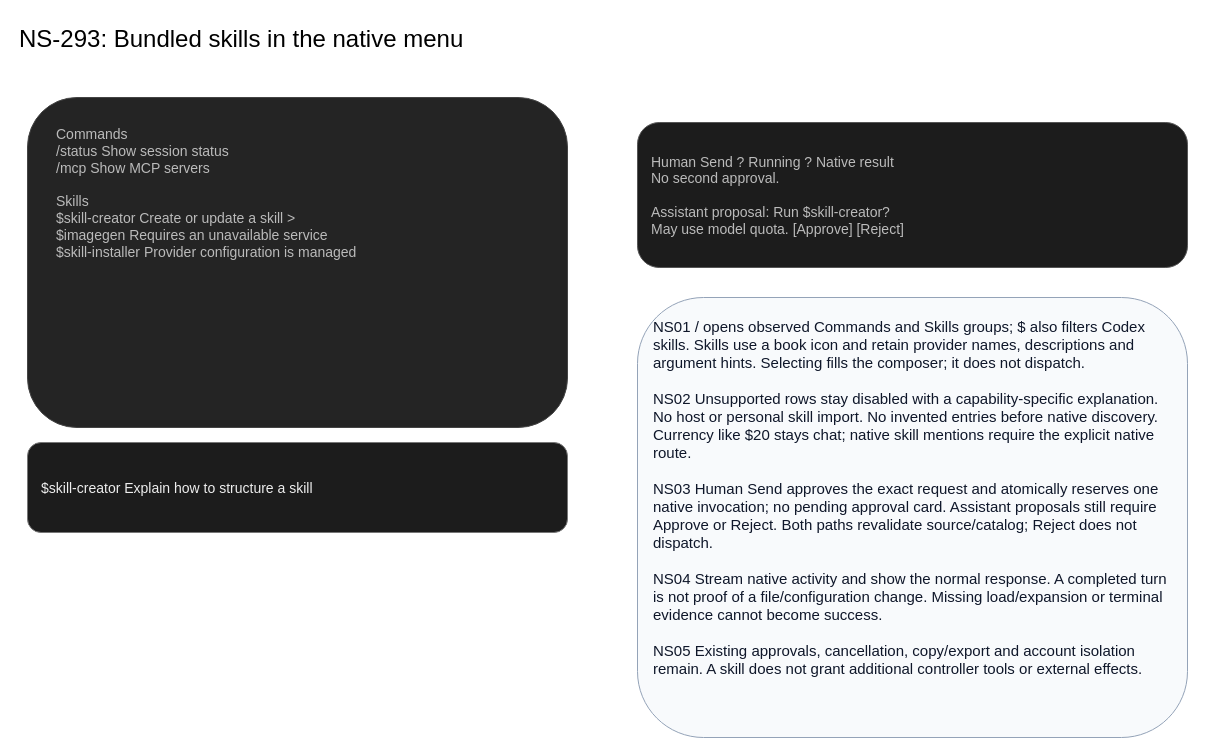
The draw.io diagram page "NS-293 - Bundled native skills" (8 of 8) of projects/laomedo/subsystems/agent-execution/design/application-assistant.drawio in amadou-6e/specs, before the edit. Source tidied: cells renumbered, new cells numbered last; positions are measured from the earlier drawing's top-left corner, leaving out a move shared by most shapes. Both pictures are drawn from the tidied source at 100%, with x=0, y=0 at pixel (17, 17).
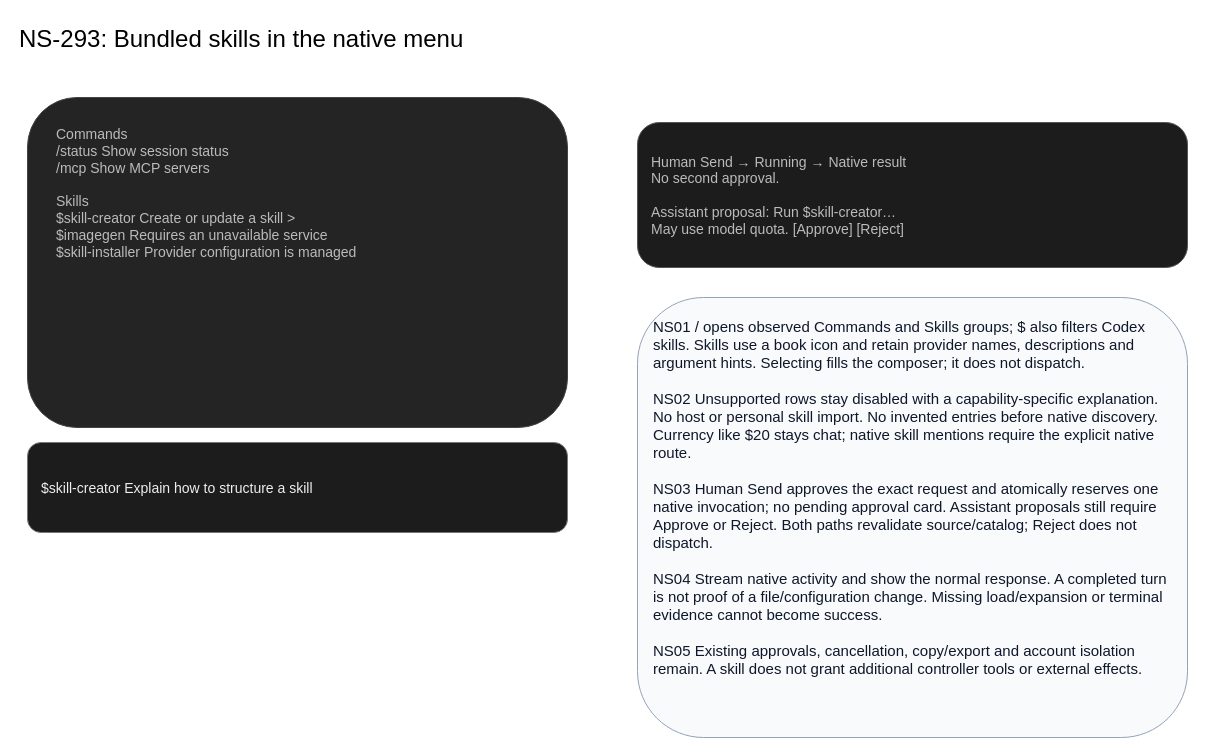
The same diagram, later.

Commit message:
docs: preserve diagram arrows in portable XML

Change to the diagram source:
```diff
@@
 <mxGraphModel>
   <root>
     <mxCell id="0" />
     <mxCell id="1" parent="0" />
     <mxCell id="2" value="NS-293: Bundled skills in the native menu" style="text;fontSize=24;fontFamily=Arial;" parent="1" vertex="1">
       <mxGeometry width="1180" height="50" as="geometry" />
     </mxCell>
     <mxCell id="3" style="rounded=1;fillColor=#242424;strokeColor=#444444;" parent="1" vertex="1">
       <mxGeometry x="10" y="80" width="540" height="330" as="geometry" />
     </mxCell>
     <mxCell id="4" value="Commands&#10; /status     Show session status&#10; /mcp        Show MCP servers&#10;&#10;Skills&#10; $skill-creator     Create or update a skill             &gt;&#10; $imagegen          Requires an unavailable service&#10; $skill-installer   Provider configuration is managed" style="text;fontSize=14;fontColor=#bbbbbb;align=left;verticalAlign=top;spacing=14;whiteSpace=wrap;" parent="1" vertex="1">
       <mxGeometry x="25" y="90" width="510" height="300" as="geometry" />
     </mxCell>
     <mxCell id="5" value="$skill-creator Explain how to structure a skill" style="rounded=1;fillColor=#1c1c1c;strokeColor=#777777;fontColor=#eeeeee;fontSize=14;align=left;spacing=14;" parent="1" vertex="1">
       <mxGeometry x="10" y="425" width="540" height="90" as="geometry" />
     </mxCell>
-    <mxCell id="6" value="Human Send ? Running ? Native result&#10;No second approval.&#10;&#10;Assistant proposal: Run $skill-creator?&#10;May use model quota.  [Approve] [Reject]" style="rounded=1;fillColor=#1c1c1c;strokeColor=#555555;fontColor=#bbbbbb;fontSize=14;align=left;spacing=14;whiteSpace=wrap;" parent="1" vertex="1">
+    <mxCell id="6" value="Human Send → Running → Native result&#10;No second approval.&#10;&#10;Assistant proposal: Run $skill-creator…&#10;May use model quota.  [Approve] [Reject]" style="rounded=1;fillColor=#1c1c1c;strokeColor=#555555;fontColor=#bbbbbb;fontSize=14;align=left;spacing=14;whiteSpace=wrap;" parent="1" vertex="1">
       <mxGeometry x="620" y="105" width="550" height="145" as="geometry" />
     </mxCell>
     <mxCell id="7" value="NS01 / opens observed Commands and Skills groups; $ also filters Codex skills. Skills use a book icon and retain provider names, descriptions and argument hints. Selecting fills the composer; it does not dispatch.&#10;&#10;NS02 Unsupported rows stay disabled with a capability-specific explanation. No host or personal skill import. No invented entries before native discovery. Currency like $20 stays chat; native skill mentions require the explicit native route.&#10;&#10;NS03 Human Send approves the exact request and atomically reserves one native invocation; no pending approval card. Assistant proposals still require Approve or Reject. Both paths revalidate source/catalog; Reject does not dispatch.&#10;&#10;NS04 Stream native activity and show the normal response. A completed turn is not proof of a file/configuration change. Missing load/expansion or terminal evidence cannot become success.&#10;&#10;NS05 Existing approvals, cancellation, copy/export and account isolation remain. A skill does not grant additional controller tools or external effects." style="rounded=1;fillColor=#f8fafc;strokeColor=#94a3b8;fontColor=#0f172a;fontSize=15;align=left;verticalAlign=top;spacing=16;whiteSpace=wrap;" parent="1" vertex="1">
       <mxGeometry x="620" y="280" width="550" height="440" as="geometry" />
     </mxCell>
   </root>
 </mxGraphModel>
```
